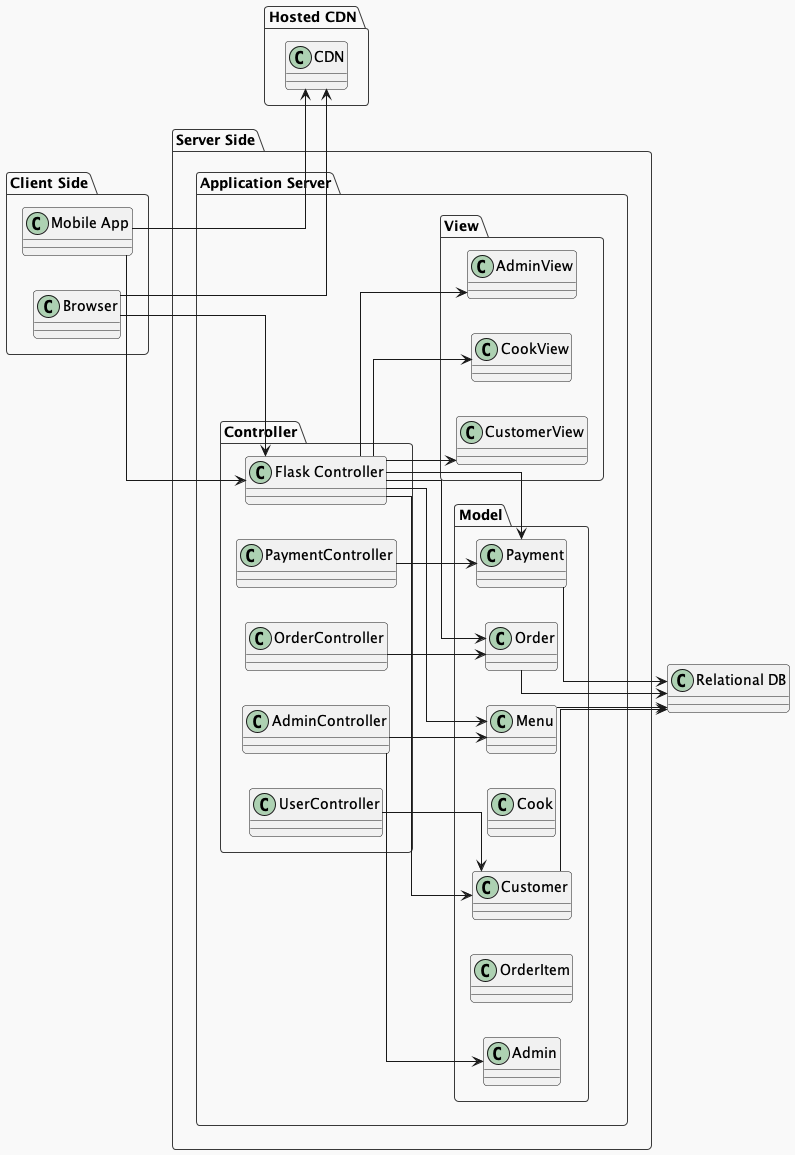
Before: out/DOCS/componetsTwo/comps.png, a diagram exported from PlantUML (jayd719/DjangoFoodOrderingApp).
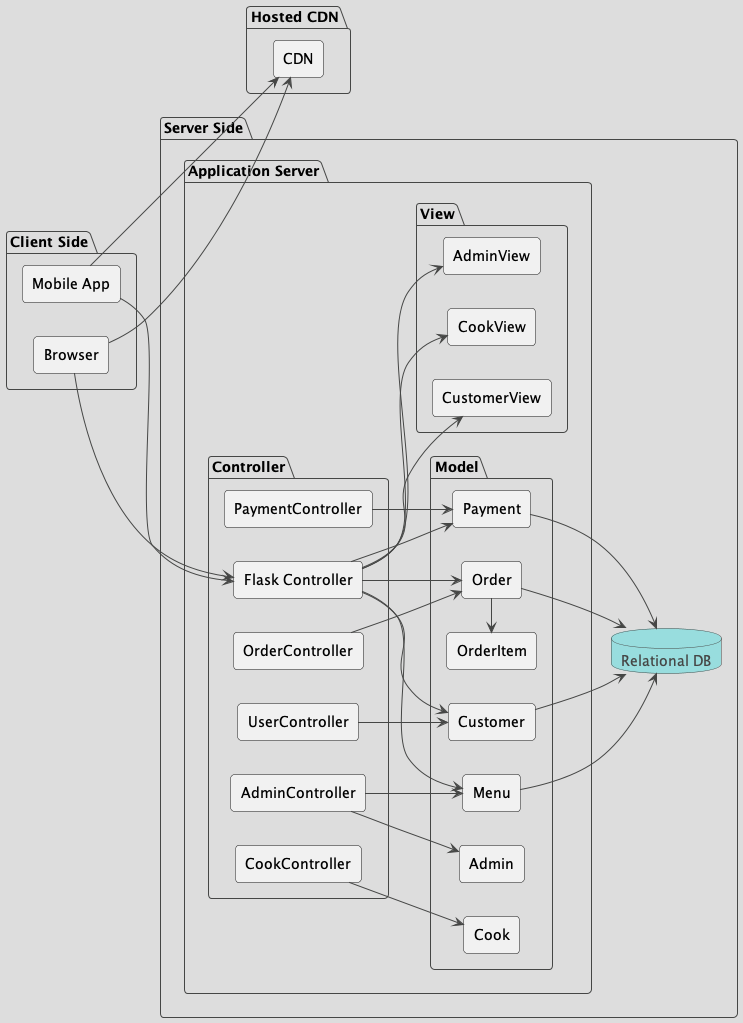
Above is the later version.

What changed in the source:
```diff
@@ -1,10 +1,7 @@
 @startuml comps
-!theme mars
 left to right direction
+!theme toy
 
-!define RECTANGLE class
-skinparam componentStyle uml2
-skinparam linetype ortho
 
 package "Client Side" {
     RECTANGLE Browser
@@ -21,6 +18,7 @@
             RECTANGLE "Flask Controller"
             RECTANGLE OrderController
             RECTANGLE PaymentController
+            RECTANGLE CookController
             RECTANGLE UserController
             RECTANGLE AdminController
         }
@@ -42,6 +40,7 @@
         }
     }
 
+    database "Relational DB"
 
 }
 
@@ -65,5 +64,7 @@
 UserController --> Customer
 AdminController --> Admin
 AdminController --> Menu
+CookController-->Cook
+Order-l-> OrderItem
 
 @enduml
```
